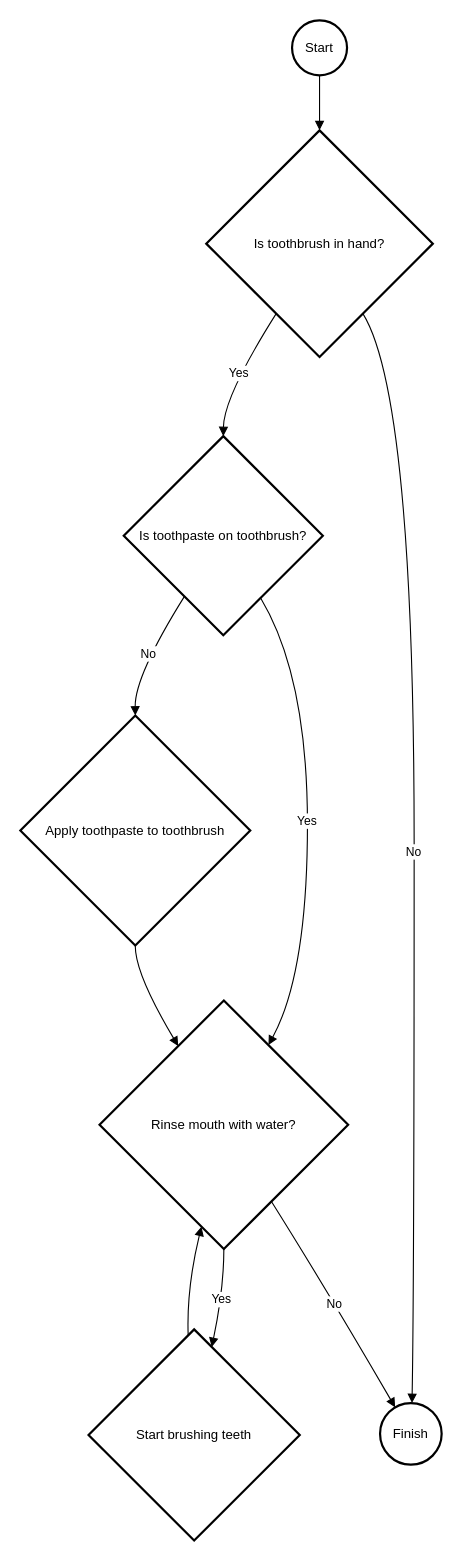
Before: 2024/October/06/Untitled Diagram.drawio in ObbyRose/IITC, a draw.io diagram. Source tidied: cells renumbered, new cells numbered last; positions are measured from the earlier drawing's top-left corner, leaving out a move shared by most shapes. Both pictures are drawn from the tidied source at 110%, with x=0, y=0 at pixel (20, 20).
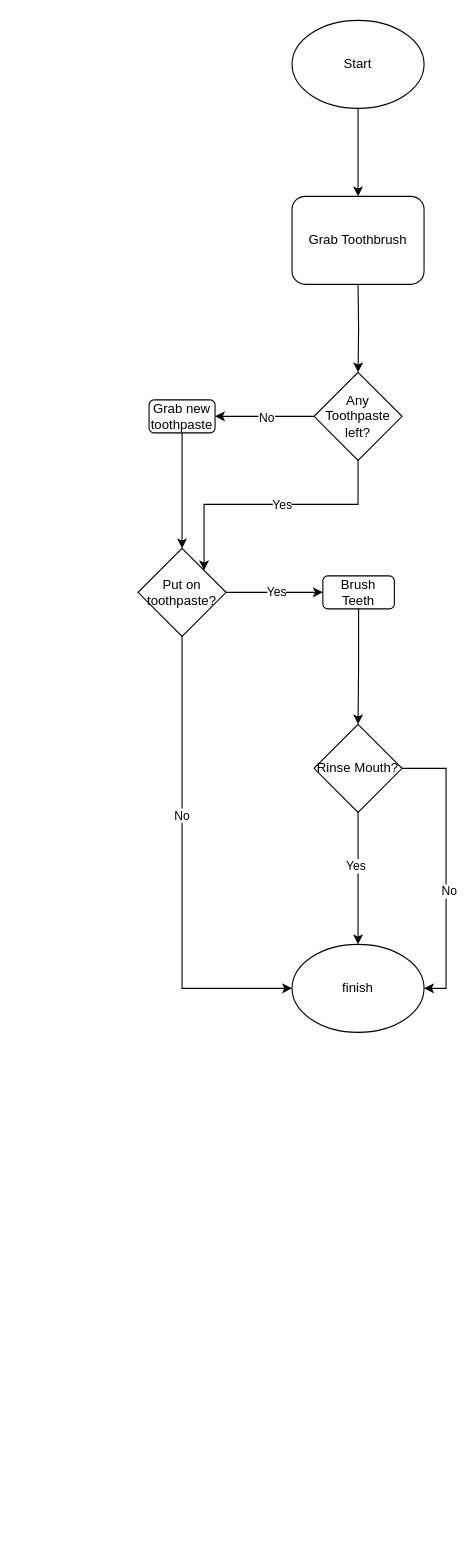
The same page after the edit.

Diff of the diagram source:
```diff
@@
+    <mxCell id="18" style="edgeStyle=orthogonalEdgeStyle;rounded=0;jettySize=auto;html=1;" parent="1" edge="1" source="2">
+      <mxGeometry relative="1" as="geometry">
+        <mxPoint x="307" y="160" as="targetPoint" />
+      </mxGeometry>
+    </mxCell>
-    <mxCell id="2" value="Start" style="ellipse;strokeWidth=2;whiteSpace=wrap;" parent="1" vertex="1">
-      <mxGeometry x="247" width="50" height="50" as="geometry" />
+    <mxCell id="2" value="Start" style="ellipse;whiteSpace=wrap;html=1;" parent="1" vertex="1">
+      <mxGeometry x="247" width="120" height="80" as="geometry" />
     </mxCell>
-    <mxCell id="3" value="Is toothbrush in hand?" style="rhombus;strokeWidth=2;whiteSpace=wrap;" parent="1" vertex="1">
-      <mxGeometry x="169" y="100" width="206" height="206" as="geometry" />
-    </mxCell>
-    <mxCell id="4" value="Is toothpaste on toothbrush?" style="rhombus;strokeWidth=2;whiteSpace=wrap;" parent="1" vertex="1">
-      <mxGeometry x="94" y="378" width="181" height="181" as="geometry" />
-    </mxCell>
-    <mxCell id="5" value="Rinse mouth with water?" style="rhombus;strokeWidth=2;whiteSpace=wrap;" parent="1" vertex="1">
-      <mxGeometry x="72" y="891" width="226" height="226" as="geometry" />
-    </mxCell>
-    <mxCell id="6" value="Start brushing teeth" style="rhombus;strokeWidth=2;whiteSpace=wrap;" parent="1" vertex="1">
-      <mxGeometry x="62" y="1190" width="192" height="192" as="geometry" />
-    </mxCell>
-    <mxCell id="7" value="Apply toothpaste to toothbrush" style="rhombus;strokeWidth=2;whiteSpace=wrap;" parent="1" vertex="1">
-      <mxGeometry y="632" width="209" height="209" as="geometry" />
-    </mxCell>
-    <mxCell id="8" value="Finish" style="ellipse;strokeWidth=2;whiteSpace=wrap;" parent="1" vertex="1">
-      <mxGeometry x="327" y="1257" width="56" height="56" as="geometry" />
-    </mxCell>
-    <mxCell id="9" style="curved=1;startArrow=none;endArrow=block;exitX=0.5;exitY=1;entryX=0.5;entryY=0;" parent="1" edge="1" source="2" target="3">
-      <mxGeometry relative="1" as="geometry" />
-    </mxCell>
-    <mxCell id="10" value="Yes" style="curved=1;startArrow=none;endArrow=block;exitX=0.19;exitY=1;entryX=0.5;entryY=0;" parent="1" edge="1" source="3" target="4">
-      <mxGeometry relative="1" as="geometry">
-        <Array as="points">
-          <mxPoint x="185" y="342" />
-        </Array>
-      </mxGeometry>
-    </mxCell>
-    <mxCell id="11" value="No" style="curved=1;startArrow=none;endArrow=block;exitX=0.81;exitY=1;entryX=0.52;entryY=0.01;" parent="1" edge="1" source="3" target="8">
-      <mxGeometry relative="1" as="geometry">
-        <Array as="points">
-          <mxPoint x="358" y="342" />
-          <mxPoint x="358" y="1153" />
-        </Array>
-      </mxGeometry>
-    </mxCell>
-    <mxCell id="12" value="Yes" style="curved=1;startArrow=none;endArrow=block;exitX=0.8;exitY=1;entryX=0.78;entryY=0;" parent="1" edge="1" source="4" target="5">
-      <mxGeometry relative="1" as="geometry">
-        <Array as="points">
-          <mxPoint x="261" y="596" />
-          <mxPoint x="261" y="866" />
-        </Array>
-      </mxGeometry>
-    </mxCell>
-    <mxCell id="13" value="No" style="curved=1;startArrow=none;endArrow=block;exitX=0.18;exitY=1;entryX=0.5;entryY=0;" parent="1" edge="1" source="4" target="7">
-      <mxGeometry relative="1" as="geometry">
-        <Array as="points">
-          <mxPoint x="104" y="596" />
-        </Array>
-      </mxGeometry>
-    </mxCell>
-    <mxCell id="14" value="Yes" style="curved=1;startArrow=none;endArrow=block;exitX=0.5;exitY=1;entryX=0.6;entryY=0;" parent="1" edge="1" source="5" target="6">
-      <mxGeometry relative="1" as="geometry">
-        <Array as="points">
-          <mxPoint x="185" y="1153" />
-        </Array>
-      </mxGeometry>
-    </mxCell>
-    <mxCell id="15" value="No" style="curved=1;startArrow=none;endArrow=block;exitX=0.81;exitY=1;entryX=0.21;entryY=0.01;" parent="1" edge="1" source="5" target="8">
-      <mxGeometry relative="1" as="geometry">
-        <Array as="points">
-          <mxPoint x="278" y="1153" />
-        </Array>
-      </mxGeometry>
-    </mxCell>
-    <mxCell id="16" style="curved=1;startArrow=none;endArrow=block;exitX=0.5;exitY=1;entryX=0.21;entryY=0;" parent="1" edge="1" source="7" target="5">
-      <mxGeometry relative="1" as="geometry">
-        <Array as="points">
-          <mxPoint x="104" y="866" />
-        </Array>
-      </mxGeometry>
-    </mxCell>
-    <mxCell id="17" style="curved=1;startArrow=none;endArrow=block;exitX=0.47;exitY=0;entryX=0.39;entryY=1;" parent="1" edge="1" source="6" target="5">
-      <mxGeometry relative="1" as="geometry">
-        <Array as="points">
-          <mxPoint x="151" y="1153" />
-        </Array>
-      </mxGeometry>
-    </mxCell>
+    <mxCell id="19" value="finish" style="ellipse;whiteSpace=wrap;html=1;" parent="1" vertex="1">
+      <mxGeometry x="247" y="840" width="120" height="80" as="geometry" />
+    </mxCell>
+    <mxCell id="20" style="edgeStyle=orthogonalEdgeStyle;rounded=0;jettySize=auto;html=1;" parent="1" edge="1" target="25">
+      <mxGeometry relative="1" as="geometry">
+        <mxPoint x="307" y="240" as="sourcePoint" />
+      </mxGeometry>
+    </mxCell>
+    <mxCell id="21" style="edgeStyle=orthogonalEdgeStyle;rounded=0;jettySize=auto;html=1;entryX=1;entryY=0.5;entryDx=0;entryDy=0;" parent="1" edge="1" source="25" target="38">
+      <mxGeometry relative="1" as="geometry" />
+    </mxCell>
+    <mxCell id="22" value="No" style="edgeLabel;html=1;align=center;verticalAlign=middle;" parent="21" vertex="1">
+      <mxGeometry x="-0.02" y="1" relative="1" as="geometry" />
+    </mxCell>
+    <mxCell id="23" style="edgeStyle=orthogonalEdgeStyle;rounded=0;jettySize=auto;html=1;exitX=0.5;exitY=1;exitDx=0;exitDy=0;entryX=1;entryY=0;entryDx=0;entryDy=0;" parent="1" edge="1" source="25" target="35">
+      <mxGeometry relative="1" as="geometry" />
+    </mxCell>
+    <mxCell id="24" value="Yes" style="edgeLabel;html=1;align=center;verticalAlign=middle;" parent="23" vertex="1">
+      <mxGeometry x="-0.08" relative="1" as="geometry" />
+    </mxCell>
+    <mxCell id="25" value="Any Toothpaste left?" style="rhombus;whiteSpace=wrap;html=1;" parent="1" vertex="1">
+      <mxGeometry x="267" y="320" width="80" height="80" as="geometry" />
+    </mxCell>
+    <mxCell id="26" style="edgeStyle=orthogonalEdgeStyle;rounded=0;jettySize=auto;html=1;exitX=0.5;exitY=1;exitDx=0;exitDy=0;" parent="1" edge="1" source="30" target="19">
+      <mxGeometry relative="1" as="geometry" />
+    </mxCell>
+    <mxCell id="27" value="Yes" style="edgeLabel;html=1;align=center;verticalAlign=middle;" parent="26" vertex="1">
+      <mxGeometry x="-0.2" y="-3" relative="1" as="geometry" />
+    </mxCell>
+    <mxCell id="28" style="edgeStyle=orthogonalEdgeStyle;rounded=0;jettySize=auto;html=1;exitX=1;exitY=0.5;exitDx=0;exitDy=0;entryX=1;entryY=0.5;entryDx=0;entryDy=0;" parent="1" edge="1" source="30" target="19">
+      <mxGeometry relative="1" as="geometry" />
+    </mxCell>
+    <mxCell id="29" value="No" style="edgeLabel;html=1;align=center;verticalAlign=middle;" parent="28" vertex="1">
+      <mxGeometry x="0.16" y="2" relative="1" as="geometry" />
+    </mxCell>
+    <mxCell id="30" value="Rinse Mouth?" style="rhombus;whiteSpace=wrap;html=1;" parent="1" vertex="1">
+      <mxGeometry x="267" y="640" width="80" height="80" as="geometry" />
+    </mxCell>
+    <mxCell id="31" style="edgeStyle=orthogonalEdgeStyle;rounded=0;jettySize=auto;html=1;exitX=1;exitY=0.5;exitDx=0;exitDy=0;entryX=0;entryY=0.5;entryDx=0;entryDy=0;" parent="1" edge="1" source="35" target="40">
+      <mxGeometry relative="1" as="geometry" />
+    </mxCell>
+    <mxCell id="32" value="Yes" style="edgeLabel;html=1;align=center;verticalAlign=middle;" parent="31" vertex="1">
+      <mxGeometry x="0.02" y="1" relative="1" as="geometry" />
+    </mxCell>
+    <mxCell id="33" style="edgeStyle=orthogonalEdgeStyle;rounded=0;jettySize=auto;html=1;exitX=0.5;exitY=1;exitDx=0;exitDy=0;entryX=0;entryY=0.5;entryDx=0;entryDy=0;" parent="1" edge="1" source="35" target="19">
+      <mxGeometry relative="1" as="geometry" />
+    </mxCell>
+    <mxCell id="34" value="No" style="edgeLabel;html=1;align=center;verticalAlign=middle;" parent="33" vertex="1">
+      <mxGeometry x="-0.23" y="-1" relative="1" as="geometry" />
+    </mxCell>
+    <mxCell id="35" value="Put on toothpaste?" style="rhombus;whiteSpace=wrap;html=1;" parent="1" vertex="1">
+      <mxGeometry x="107" y="480" width="80" height="80" as="geometry" />
+    </mxCell>
+    <mxCell id="36" value="Grab Toothbrush" style="rounded=1;whiteSpace=wrap;html=1;" parent="1" vertex="1">
+      <mxGeometry x="247" y="160" width="120" height="80" as="geometry" />
+    </mxCell>
+    <mxCell id="37" style="edgeStyle=orthogonalEdgeStyle;rounded=0;jettySize=auto;html=1;exitX=0.5;exitY=1;exitDx=0;exitDy=0;entryX=0.5;entryY=0;entryDx=0;entryDy=0;" parent="1" edge="1" source="38" target="35">
+      <mxGeometry relative="1" as="geometry" />
+    </mxCell>
+    <mxCell id="38" value="Grab new toothpaste" style="rounded=1;whiteSpace=wrap;html=1;" parent="1" vertex="1">
+      <mxGeometry x="117" y="345" width="60" height="30" as="geometry" />
+    </mxCell>
+    <mxCell id="39" style="edgeStyle=orthogonalEdgeStyle;rounded=0;jettySize=auto;html=1;exitX=0.5;exitY=1;exitDx=0;exitDy=0;entryX=0.5;entryY=0;entryDx=0;entryDy=0;" parent="1" edge="1" source="40" target="30">
+      <mxGeometry relative="1" as="geometry" />
+    </mxCell>
+    <mxCell id="40" value="Brush Teeth" style="rounded=1;whiteSpace=wrap;html=1;" parent="1" vertex="1">
+      <mxGeometry x="275" y="505" width="65" height="30" as="geometry" />
+    </mxCell>
```
